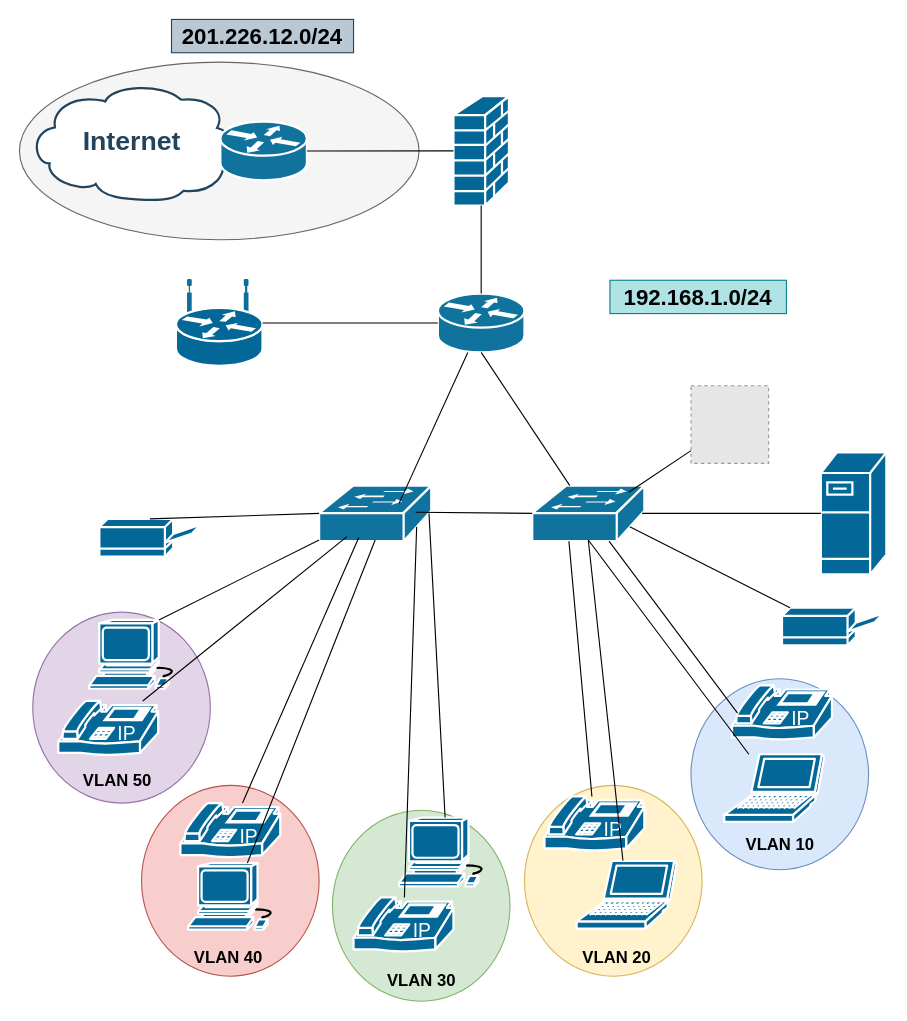
Above: RedClinica.drawio in DAISORNA/Drawio (draw.io), before the change. Source tidied: cells renumbered, new cells numbered last; positions are measured from the earlier drawing's top-left corner, leaving out a move shared by most shapes. Both pictures are drawn from the tidied source at 111%, with x=0, y=0 at pixel (19, 19). Pictures stored in the file or linked from it are replaced by grey dashed boxes.
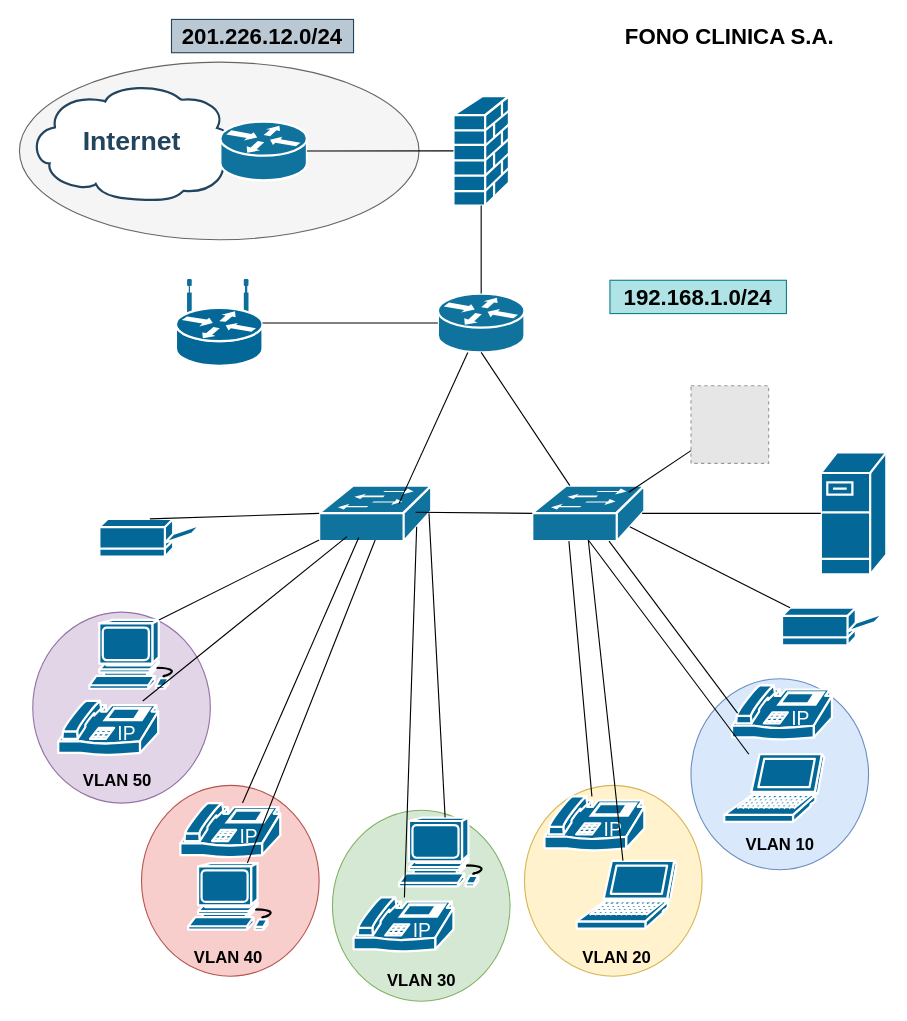
The same diagram, later.

What changed in the source:
```diff
@@
+    <mxCell id="56" value="&lt;b&gt;&lt;font style=&quot;font-size: 20px;&quot;&gt;FONO CLINICA S.A.&lt;/font&gt;&lt;/b&gt;" style="text;strokeColor=none;align=center;fillColor=none;html=1;verticalAlign=middle;whiteSpace=wrap;rounded=0;" parent="1" vertex="1">
+      <mxGeometry x="525" width="230" height="30" as="geometry" />
+    </mxCell>
```
